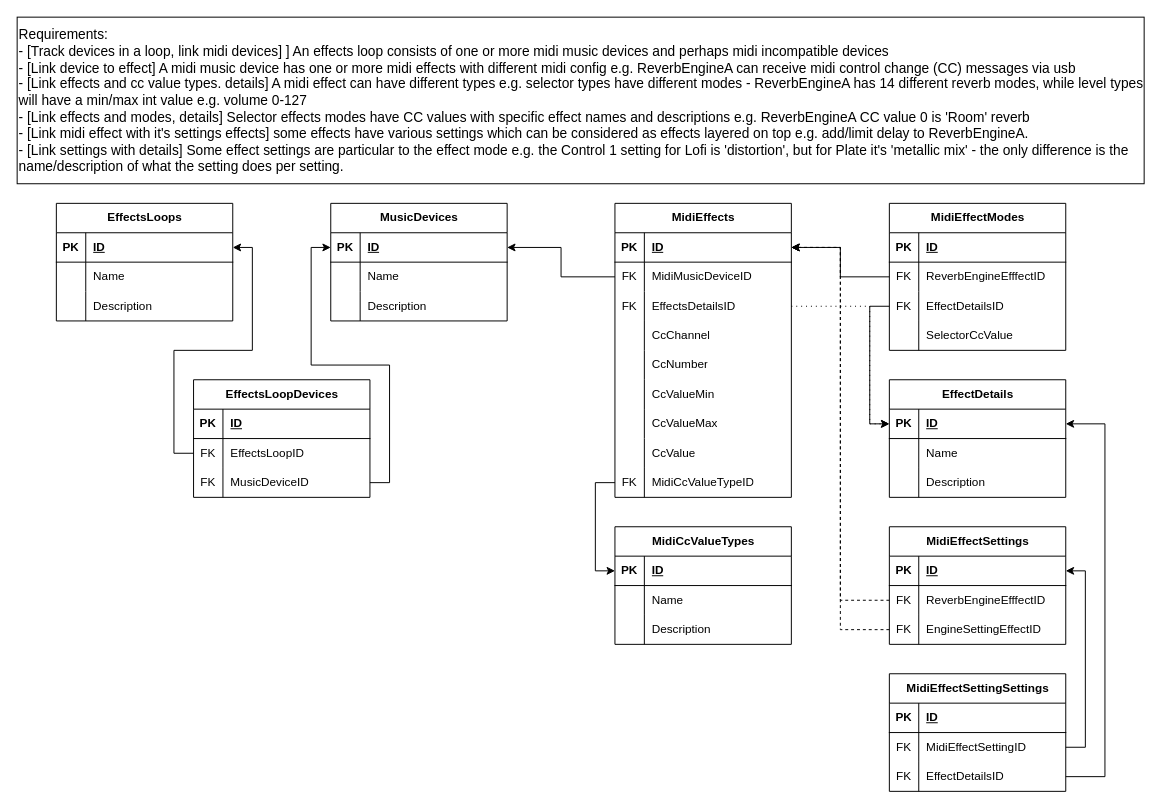
This is NineteenSeventyTwo.EightBitSaxLounge.Library/Diagrams/DataModel.drawio from mchellmer/EightBitSaxLounge, a draw.io file, before an edit. Source tidied: cells renumbered, new cells numbered last; positions are measured from the earlier drawing's top-left corner, leaving out a move shared by most shapes. Both pictures are drawn from the tidied source at 98%, with x=0, y=0 at pixel (17, 17).
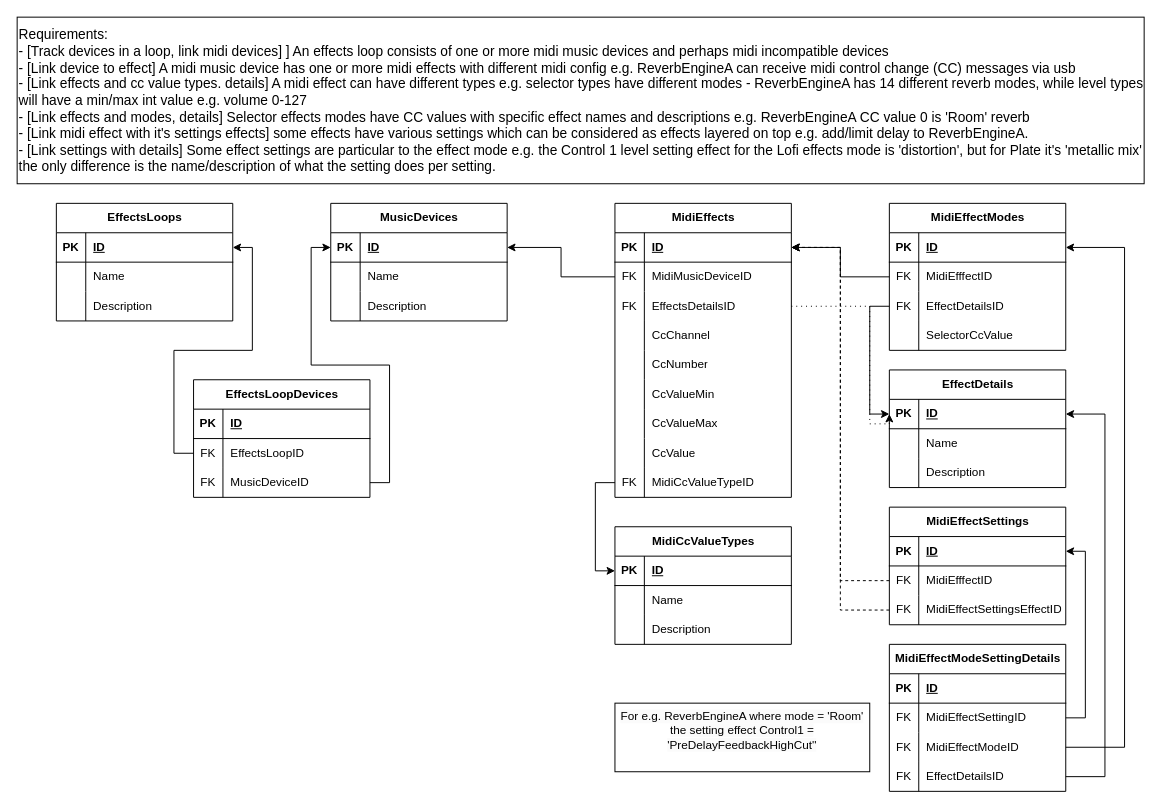
The same page after the edit.

Unchanged cells that the change refers to:
```xml
<mxCell id="33" style="shape=tableRow;horizontal=0;startSize=0;swimlaneHead=0;swimlaneBody=0;fillColor=none;points=[[0,0.5],[1,0.5]];portConstraint=eastwest;top=0;left=0;right=0;bottom=1;" parent="32" vertex="1">
  <mxGeometry y="30" width="180" height="30" as="geometry" />
</mxCell>
<mxCell id="82" style="shape=tableRow;horizontal=0;startSize=0;swimlaneHead=0;swimlaneBody=0;fillColor=none;points=[[0,0.5],[1,0.5]];portConstraint=eastwest;top=0;left=0;right=0;bottom=1;" parent="81" vertex="1">
  <mxGeometry y="30" width="180" height="30" as="geometry" />
</mxCell>
<mxCell id="85" style="shape=tableRow;horizontal=0;startSize=0;swimlaneHead=0;swimlaneBody=0;fillColor=none;points=[[0,0.5],[1,0.5]];portConstraint=eastwest;top=0;left=0;right=0;bottom=0;" parent="81" vertex="1">
  <mxGeometry y="60" width="180" height="30" as="geometry" />
</mxCell>
<mxCell id="98" style="shape=tableRow;horizontal=0;startSize=0;swimlaneHead=0;swimlaneBody=0;fillColor=none;points=[[0,0.5],[1,0.5]];portConstraint=eastwest;top=0;left=0;right=0;bottom=0;" parent="94" vertex="1">
  <mxGeometry y="60" width="180" height="30" as="geometry" />
</mxCell>
<mxCell id="101" style="shape=tableRow;horizontal=0;startSize=0;swimlaneHead=0;swimlaneBody=0;fillColor=none;points=[[0,0.5],[1,0.5]];portConstraint=eastwest;top=0;left=0;right=0;bottom=0;" parent="94" vertex="1">
  <mxGeometry y="90" width="180" height="30" as="geometry" />
</mxCell>
<mxCell id="118" style="shape=tableRow;horizontal=0;startSize=0;swimlaneHead=0;swimlaneBody=0;fillColor=none;points=[[0,0.5],[1,0.5]];portConstraint=eastwest;top=0;left=0;right=0;bottom=0;" parent="111" vertex="1">
  <mxGeometry y="90" width="180" height="30" as="geometry" />
</mxCell>
```

The edit, as a diff of the source:
```diff
@@
     <mxCell id="32" value="EffectDetails" style="shape=table;startSize=30;childLayout=tableLayout;rowLines=0;fontStyle=1;align=center;html=1;" parent="1" vertex="1">
-      <mxGeometry x="890" y="370" width="180" height="120" as="geometry" />
+      <mxGeometry x="890" y="360" width="180" height="120" as="geometry" />
     </mxCell>
@@
-    <mxCell id="87" value="ReverbEngineEfffectID" style="shape=partialRectangle;fillColor=none;top=0;left=0;bottom=0;right=0;align=left;spacingLeft=6;overflow=hidden;whiteSpace=wrap;html=1;" parent="85" vertex="1">
+    <mxCell id="87" value="MidiEfffectID" style="shape=partialRectangle;fillColor=none;top=0;left=0;bottom=0;right=0;align=left;spacingLeft=6;overflow=hidden;whiteSpace=wrap;html=1;" parent="85" vertex="1">
       <mxGeometry x="30" width="150" height="30" as="geometry" />
     </mxCell>
@@
     <mxCell id="94" value="MidiEffectSettings" style="shape=table;startSize=30;childLayout=tableLayout;rowLines=0;fontStyle=1;align=center;html=1;" parent="1" vertex="1">
-      <mxGeometry x="890" y="520" width="180" height="120" as="geometry" />
+      <mxGeometry x="890" y="500" width="180" height="120" as="geometry" />
     </mxCell>
@@
-    <mxCell id="100" value="ReverbEngineEfffectID" style="shape=partialRectangle;fillColor=none;top=0;left=0;bottom=0;right=0;align=left;spacingLeft=6;overflow=hidden;whiteSpace=wrap;html=1;" parent="98" vertex="1">
+    <mxCell id="100" value="MidiEfffectID" style="shape=partialRectangle;fillColor=none;top=0;left=0;bottom=0;right=0;align=left;spacingLeft=6;overflow=hidden;whiteSpace=wrap;html=1;" parent="98" vertex="1">
       <mxGeometry x="30" width="150" height="30" as="geometry" />
     </mxCell>
@@
-    <mxCell id="103" value="EngineSettingEffectID" style="shape=partialRectangle;fillColor=none;top=0;left=0;bottom=0;right=0;align=left;spacingLeft=6;overflow=hidden;whiteSpace=wrap;html=1;" parent="101" vertex="1">
+    <mxCell id="103" value="MidiEffectSettingsEffectID" style="shape=partialRectangle;fillColor=none;top=0;left=0;bottom=0;right=0;align=left;spacingLeft=6;overflow=hidden;whiteSpace=wrap;html=1;" parent="101" vertex="1">
       <mxGeometry x="30" width="150" height="30" as="geometry" />
     </mxCell>
@@
-    <mxCell id="108" value="Requirements:&lt;br&gt;- [Track devices in a loop, link midi devices] ] An effects loop consists of one or more midi music devices and perhaps midi incompatible devices&lt;br style=&quot;font-size: 14px;&quot;&gt;- [Link device to effect] A midi music device has one or more midi effects with different midi config e.g. ReverbEngineA can receive midi control change (CC) messages via usb&lt;br style=&quot;font-size: 14px;&quot;&gt;- [Link effects and cc value types. details] A midi effect can have different types e.g. selector types have different modes - ReverbEngineA has 14 different reverb modes, while level types will have a min/max int value e.g. volume 0-127&lt;br style=&quot;font-size: 14px;&quot;&gt;- [Link effects and modes, details] Selector effects modes have CC values with specific effect names and descriptions e.g. ReverbEngineA CC value 0 is 'Room' reverb&lt;br style=&quot;font-size: 14px;&quot;&gt;- [Link midi effect with it's settings effects] some effects have various settings which can be considered as effects layered on top e.g. add/limit delay to ReverbEngineA.&lt;br style=&quot;font-size: 14px;&quot;&gt;- [Link settings with details] Some effect settings are particular to the effect mode e.g. the Control 1 setting for Lofi is 'distortion', but for Plate it's 'metallic mix' - the only difference is the name/description of what the setting does per setting." style="rounded=0;whiteSpace=wrap;html=1;align=left;fontSize=14;" parent="1" vertex="1">
+    <mxCell id="108" value="Requirements:&lt;br&gt;- [Track devices in a loop, link midi devices] ] An effects loop consists of one or more midi music devices and perhaps midi incompatible devices&lt;br style=&quot;font-size: 14px;&quot;&gt;- [Link device to effect] A midi music device has one or more midi effects with different midi config e.g. ReverbEngineA can receive midi control change (CC) messages via usb&lt;br style=&quot;font-size: 14px;&quot;&gt;- [Link effects and cc value types. details] A midi effect can have different types e.g. selector types have different modes - ReverbEngineA has 14 different reverb modes, while level types will have a min/max int value e.g. volume 0-127&lt;br style=&quot;font-size: 14px;&quot;&gt;- [Link effects and modes, details] Selector effects modes have CC values with specific effect names and descriptions e.g. ReverbEngineA CC value 0 is 'Room' reverb&lt;br style=&quot;font-size: 14px;&quot;&gt;- [Link midi effect with it's settings effects] some effects have various settings which can be considered as effects layered on top e.g. add/limit delay to ReverbEngineA.&lt;br style=&quot;font-size: 14px;&quot;&gt;- [Link settings with details] Some effect settings are particular to the effect mode e.g. the Control 1 level setting effect for the Lofi effects mode is 'distortion', but for Plate it's 'metallic mix' the only difference is the name/description of what the setting does per setting." style="rounded=0;whiteSpace=wrap;html=1;align=left;fontSize=14;" parent="1" vertex="1">
       <mxGeometry width="1150" height="170" as="geometry" />
     </mxCell>
@@
-    <mxCell id="111" value="MidiEffectSettingSettings" style="shape=table;startSize=30;childLayout=tableLayout;rowLines=0;fontStyle=1;align=center;html=1;" parent="1" vertex="1">
-      <mxGeometry x="890" y="670" width="180" height="120" as="geometry" />
+    <mxCell id="111" value="MidiEffectModeSettingDetails" style="shape=table;startSize=30;childLayout=tableLayout;rowLines=0;fontStyle=1;align=center;html=1;" parent="1" vertex="1">
+      <mxGeometry x="890" y="640" width="180" height="150" as="geometry" />
     </mxCell>
@@
-    <mxCell id="120" value="EffectDetailsID" style="shape=partialRectangle;fillColor=none;top=0;left=0;bottom=0;right=0;align=left;spacingLeft=6;overflow=hidden;whiteSpace=wrap;html=1;" parent="118" vertex="1">
+    <mxCell id="120" value="MidiEffectModeID" style="shape=partialRectangle;fillColor=none;top=0;left=0;bottom=0;right=0;align=left;spacingLeft=6;overflow=hidden;whiteSpace=wrap;html=1;" parent="118" vertex="1">
       <mxGeometry x="30" width="150" height="30" as="geometry" />
     </mxCell>
+    <mxCell id="125" style="shape=tableRow;horizontal=0;startSize=0;swimlaneHead=0;swimlaneBody=0;fillColor=none;points=[[0,0.5],[1,0.5]];portConstraint=eastwest;top=0;left=0;right=0;bottom=0;" parent="111" vertex="1">
+      <mxGeometry y="120" width="180" height="30" as="geometry" />
+    </mxCell>
+    <mxCell id="126" value="FK" style="shape=partialRectangle;fillColor=none;top=0;left=0;bottom=0;right=0;overflow=hidden;whiteSpace=wrap;html=1;" parent="125" vertex="1">
+      <mxGeometry width="30" height="30" as="geometry" />
+    </mxCell>
+    <mxCell id="127" value="EffectDetailsID" style="shape=partialRectangle;fillColor=none;top=0;left=0;bottom=0;right=0;align=left;spacingLeft=6;overflow=hidden;whiteSpace=wrap;html=1;" parent="125" vertex="1">
+      <mxGeometry x="30" width="150" height="30" as="geometry" />
+    </mxCell>
@@
-    <mxCell id="122" style="edgeStyle=orthogonalEdgeStyle;rounded=0;jettySize=auto;html=1;exitX=1;exitY=0.5;exitDx=0;exitDy=0;entryX=1;entryY=0.5;entryDx=0;entryDy=0;" parent="1" edge="1" source="118" target="33">
-      <mxGeometry relative="1" as="geometry">
-        <Array as="points">
-          <mxPoint x="1110" y="775" />
-          <mxPoint x="1110" y="415" />
-        </Array>
-      </mxGeometry>
-    </mxCell>
@@
+    <mxCell id="128" value="&#10;&lt;span style=&quot;color: rgb(0, 0, 0); font-family: Helvetica; font-size: 12px; font-style: normal; font-variant-ligatures: normal; font-variant-caps: normal; font-weight: 400; letter-spacing: normal; orphans: 2; text-align: center; text-indent: 0px; text-transform: none; widows: 2; word-spacing: 0px; -webkit-text-stroke-width: 0px; background-color: rgb(251, 251, 251); text-decoration-thickness: initial; text-decoration-style: initial; text-decoration-color: initial; float: none; display: inline !important;&quot;&gt;For e.g. ReverbEngineA where mode = 'Room' the setting effect Control1 = 'PreDelayFeedbackHighCut''&lt;/span&gt;&#10;&#10;" style="rounded=0;whiteSpace=wrap;html=1;" parent="1" vertex="1">
+      <mxGeometry x="610" y="700" width="260" height="70" as="geometry" />
+    </mxCell>
+    <mxCell id="129" style="edgeStyle=orthogonalEdgeStyle;rounded=0;jettySize=auto;html=1;exitX=1;exitY=0.5;exitDx=0;exitDy=0;entryX=1;entryY=0.5;entryDx=0;entryDy=0;" parent="1" edge="1" source="118" target="82">
+      <mxGeometry relative="1" as="geometry">
+        <Array as="points">
+          <mxPoint x="1130" y="745" />
+          <mxPoint x="1130" y="235" />
+        </Array>
+      </mxGeometry>
+    </mxCell>
+    <mxCell id="130" style="edgeStyle=orthogonalEdgeStyle;rounded=0;jettySize=auto;html=1;exitX=1;exitY=0.5;exitDx=0;exitDy=0;entryX=1;entryY=0.5;entryDx=0;entryDy=0;" parent="1" edge="1" source="125" target="33">
+      <mxGeometry relative="1" as="geometry">
+        <Array as="points">
+          <mxPoint x="1110" y="775" />
+          <mxPoint x="1110" y="405" />
+        </Array>
+      </mxGeometry>
+    </mxCell>
```
